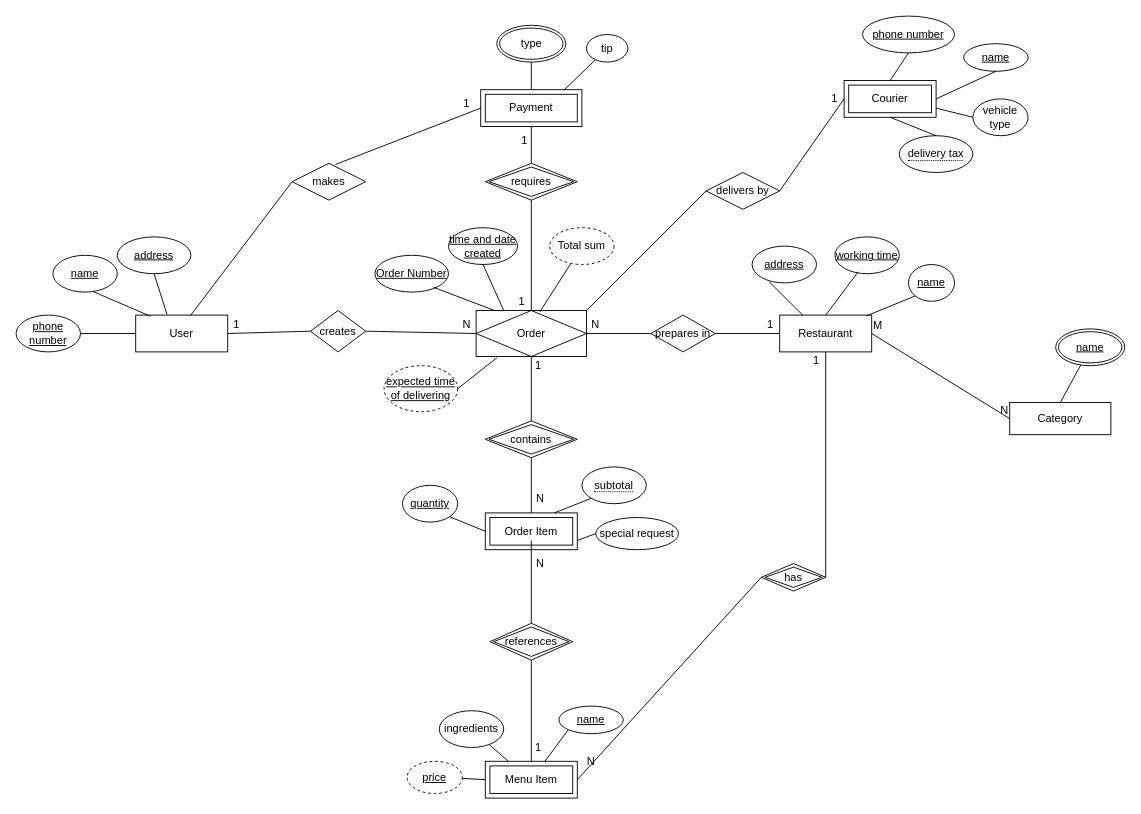
Earlier version of the draw.io diagram course-work/Implementations/GlovoChenNotation.drawio (mimiarabska/glovo-software-modeling-and-analysis-se). Source tidied: cells renumbered, new cells numbered last; positions are measured from the earlier drawing's top-left corner, leaving out a move shared by most shapes. Both pictures are drawn from the tidied source at 92%, with x=0, y=0 at pixel (16, 16).
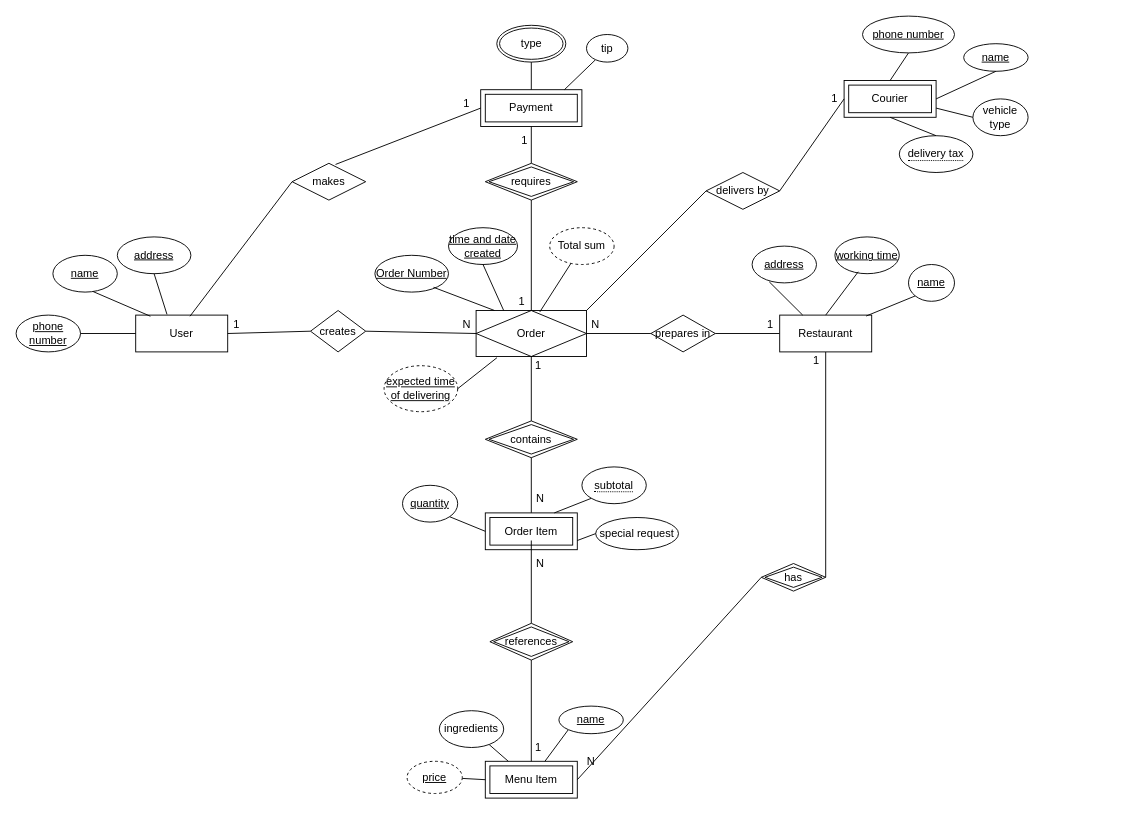
Above is the later version.

The change refers to these unchanged cells:
```xml
<mxCell id="21" value="Restaurant" style="whiteSpace=wrap;html=1;align=center;" parent="1" vertex="1">
  <mxGeometry x="830" y="325" width="100" height="40" as="geometry" />
</mxCell>
```

The edit, as a diff of the source:
```diff
@@
-    <mxCell id="93" value="Category" style="rounded=0;whiteSpace=wrap;html=1;" parent="1" vertex="1">
-      <mxGeometry x="1080" y="420" width="110" height="35" as="geometry" />
-    </mxCell>
-    <mxCell id="94" style="endArrow=none;html=1;rounded=0;entryX=0.5;entryY=0;entryDx=0;entryDy=0;" parent="1" edge="1" source="95" target="93">
-      <mxGeometry relative="1" as="geometry" />
-    </mxCell>
-    <mxCell id="95" value="&lt;u&gt;name&lt;/u&gt;" style="ellipse;shape=doubleEllipse;margin=3;whiteSpace=wrap;html=1;align=center;" parent="1" vertex="1">
-      <mxGeometry x="1130" y="340" width="75" height="40" as="geometry" />
-    </mxCell>
-    <mxCell id="96" style="endArrow=none;html=1;rounded=0;entryX=0;entryY=0.5;entryDx=0;entryDy=0;exitX=1;exitY=0.5;exitDx=0;exitDy=0;" parent="1" edge="1" source="21" target="93">
-      <mxGeometry relative="1" as="geometry" />
-    </mxCell>
-    <mxCell id="97" value="M" style="html=1;whiteSpace=wrap;align=left;verticalAlign=bottom;" parent="96" vertex="1">
-      <mxGeometry x="-1" relative="1" as="geometry" />
-    </mxCell>
-    <mxCell id="98" value="N" style="html=1;whiteSpace=wrap;align=right;verticalAlign=bottom;" parent="96" vertex="1">
-      <mxGeometry x="1" relative="1" as="geometry" />
-    </mxCell>
```
